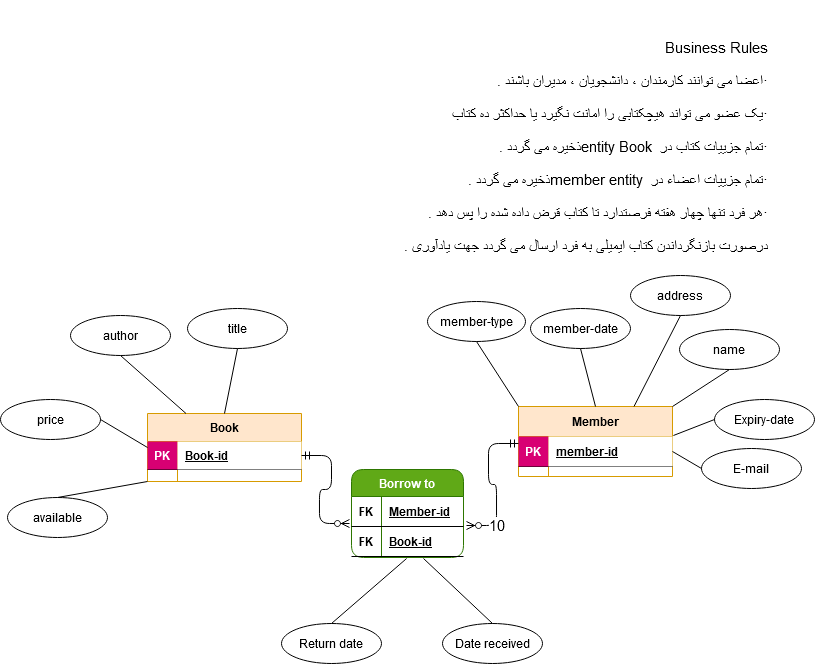
Above: library ERD.png in shahin-servati/card-with-Redux (draw.io), before the change. Source tidied: cells renumbered, new cells last; positions are measured from the earlier drawing's top-left corner, leaving out a move shared by most shapes.
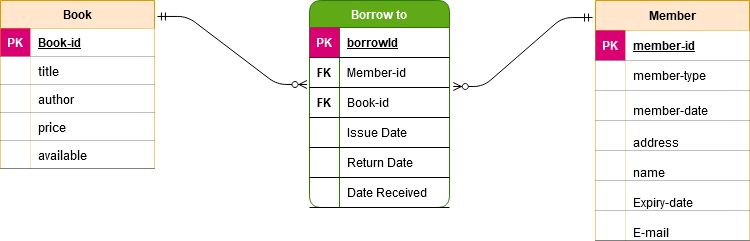
After the commit.

Diff of the diagram source:
```diff
@@ -3,7 +3,7 @@
     <mxCell id="0" />
     <mxCell id="1" parent="0" />
     <mxCell id="2" value="Book" style="shape=table;startSize=28;rowLines=0;fontStyle=1;align=center;fillColor=#ffe6cc;strokeColor=#d79b00;" parent="1" vertex="1">
-      <mxGeometry x="147" y="413" width="154" height="68" as="geometry" />
+      <mxGeometry x="22" y="217" width="154" height="168" as="geometry" />
     </mxCell>
     <mxCell id="3" style="shape=partialRectangle;fillColor=none;top=0;left=0;bottom=1;right=0;points=[[0,0.5],[1,0.5]];portConstraint=eastwest;" parent="2" vertex="1">
       <mxGeometry y="28" width="154" height="28" as="geometry" />
@@ -14,32 +14,44 @@
     <mxCell id="5" value="Book-id" style="shape=partialRectangle;top=0;left=0;bottom=0;right=0;align=left;spacingLeft=6;fontStyle=5;overflow=hidden;" parent="3" vertex="1">
       <mxGeometry x="30" width="124" height="28" as="geometry" />
     </mxCell>
+    <mxCell id="44" style="shape=partialRectangle;fillColor=none;top=0;left=0;bottom=1;right=0;fontSize=14;" parent="2" vertex="1">
+      <mxGeometry y="56" width="154" height="28" as="geometry" />
+    </mxCell>
+    <mxCell id="45" style="shape=partialRectangle;top=0;left=0;bottom=0;right=0;fontStyle=1;overflow=hidden;" parent="44" vertex="1">
+      <mxGeometry width="30" height="28" as="geometry" />
+    </mxCell>
-    <mxCell id="6" value="title" style="ellipse;whiteSpace=wrap;html=1;align=center;" parent="1" vertex="1">
-      <mxGeometry x="187" y="308" width="100" height="40" as="geometry" />
+    <mxCell id="6" value="title" style="shape=partialRectangle;top=0;left=0;bottom=0;right=0;align=left;spacingLeft=6;fontStyle=0;overflow=hidden;fontSize=13;" parent="44" vertex="1">
+      <mxGeometry x="30" width="124" height="28" as="geometry" />
     </mxCell>
-    <mxCell id="7" style="endArrow=none;html=1;rounded=0;entryX=0.5;entryY=0;entryDx=0;entryDy=0;exitX=0.5;exitY=1;exitDx=0;exitDy=0;" parent="1" edge="1" source="6" target="2">
-      <mxGeometry relative="1" as="geometry" />
-    </mxCell>
+    <mxCell id="46" style="shape=partialRectangle;fillColor=none;top=0;left=0;bottom=1;right=0;fontSize=14;" parent="2" vertex="1">
+      <mxGeometry y="84" width="154" height="28" as="geometry" />
+    </mxCell>
+    <mxCell id="47" style="shape=partialRectangle;top=0;left=0;bottom=0;right=0;fontStyle=1;overflow=hidden;" parent="46" vertex="1">
+      <mxGeometry width="30" height="28" as="geometry" />
+    </mxCell>
-    <mxCell id="8" value="author" style="ellipse;whiteSpace=wrap;html=1;align=center;" parent="1" vertex="1">
-      <mxGeometry x="70" y="315" width="100" height="40" as="geometry" />
+    <mxCell id="8" value="author" style="shape=partialRectangle;top=0;left=0;bottom=0;right=0;align=left;spacingLeft=6;fontStyle=0;overflow=hidden;fontSize=13;" parent="46" vertex="1">
+      <mxGeometry x="30" width="124" height="28" as="geometry" />
     </mxCell>
-    <mxCell id="9" style="endArrow=none;html=1;rounded=0;exitX=0.5;exitY=1;exitDx=0;exitDy=0;entryX=0.25;entryY=0;entryDx=0;entryDy=0;" parent="1" edge="1" source="8" target="2">
-      <mxGeometry relative="1" as="geometry" />
-    </mxCell>
+    <mxCell id="48" style="shape=partialRectangle;fillColor=none;top=0;left=0;bottom=1;right=0;fontSize=14;" parent="2" vertex="1">
+      <mxGeometry y="112" width="154" height="28" as="geometry" />
+    </mxCell>
+    <mxCell id="49" style="shape=partialRectangle;top=0;left=0;bottom=0;right=0;fontStyle=1;overflow=hidden;" parent="48" vertex="1">
+      <mxGeometry width="30" height="28" as="geometry" />
+    </mxCell>
-    <mxCell id="10" value="price" style="ellipse;whiteSpace=wrap;html=1;align=center;" parent="1" vertex="1">
-      <mxGeometry y="399" width="100" height="40" as="geometry" />
+    <mxCell id="10" value="price" style="shape=partialRectangle;top=0;left=0;bottom=0;right=0;align=left;spacingLeft=6;fontStyle=0;overflow=hidden;fontSize=13;" parent="48" vertex="1">
+      <mxGeometry x="30" width="124" height="28" as="geometry" />
     </mxCell>
-    <mxCell id="11" style="endArrow=none;html=1;rounded=0;entryX=0;entryY=0.5;entryDx=0;entryDy=0;exitX=1;exitY=0.5;exitDx=0;exitDy=0;" parent="1" edge="1" source="10" target="2">
-      <mxGeometry relative="1" as="geometry" />
-    </mxCell>
+    <mxCell id="50" style="shape=partialRectangle;fillColor=none;top=0;left=0;bottom=1;right=0;fontSize=14;" parent="2" vertex="1">
+      <mxGeometry y="140" width="154" height="28" as="geometry" />
+    </mxCell>
+    <mxCell id="51" style="shape=partialRectangle;top=0;left=0;bottom=0;right=0;fontStyle=1;overflow=hidden;" parent="50" vertex="1">
+      <mxGeometry width="30" height="28" as="geometry" />
+    </mxCell>
-    <mxCell id="12" value="available" style="ellipse;whiteSpace=wrap;html=1;align=center;" parent="1" vertex="1">
-      <mxGeometry x="7" y="497" width="100" height="40" as="geometry" />
+    <mxCell id="12" value="available" style="shape=partialRectangle;top=0;left=0;bottom=0;right=0;align=left;spacingLeft=6;fontStyle=0;overflow=hidden;fontSize=13;" parent="50" vertex="1">
+      <mxGeometry x="30" width="124" height="28" as="geometry" />
     </mxCell>
-    <mxCell id="13" style="endArrow=none;html=1;rounded=0;entryX=0;entryY=1;entryDx=0;entryDy=0;exitX=0.5;exitY=0;exitDx=0;exitDy=0;" parent="1" edge="1" source="12" target="2">
-      <mxGeometry relative="1" as="geometry" />
-    </mxCell>
     <mxCell id="14" value="Member" style="shape=table;startSize=30;rowLines=0;fontStyle=1;align=center;fillColor=#ffe6cc;strokeColor=#d79b00;" parent="1" vertex="1">
-      <mxGeometry x="518" y="406" width="154" height="70" as="geometry" />
+      <mxGeometry x="617" y="217" width="154" height="240" as="geometry" />
     </mxCell>
     <mxCell id="15" style="shape=partialRectangle;fillColor=none;top=0;left=0;bottom=1;right=0;points=[[0,0.5],[1,0.5]];portConstraint=eastwest;" parent="14" vertex="1">
       <mxGeometry y="30" width="154" height="30" as="geometry" />
@@ -50,83 +62,122 @@
     <mxCell id="17" value="member-id" style="shape=partialRectangle;top=0;left=0;bottom=0;right=0;align=left;spacingLeft=6;fontStyle=5;overflow=hidden;" parent="15" vertex="1">
       <mxGeometry x="30" width="124" height="30" as="geometry" />
     </mxCell>
+    <mxCell id="52" style="shape=partialRectangle;fillColor=none;top=0;left=0;bottom=1;right=0;" parent="14" vertex="1">
+      <mxGeometry y="60" width="154" height="30" as="geometry" />
+    </mxCell>
+    <mxCell id="53" style="shape=partialRectangle;top=0;left=0;bottom=0;right=0;fontStyle=1;overflow=hidden;" parent="52" vertex="1">
+      <mxGeometry width="30" height="30" as="geometry" />
+    </mxCell>
-    <mxCell id="18" value="member-type" style="ellipse;whiteSpace=wrap;html=1;align=center;" parent="1" vertex="1">
-      <mxGeometry x="427" y="301" width="98" height="40" as="geometry" />
+    <mxCell id="18" value="member-type" style="shape=partialRectangle;top=0;left=0;bottom=0;right=0;align=left;spacingLeft=6;fontStyle=0;overflow=hidden;verticalAlign=middle;" parent="52" vertex="1">
+      <mxGeometry x="30" width="124" height="30" as="geometry" />
     </mxCell>
+    <mxCell id="54" style="shape=partialRectangle;fillColor=none;top=0;left=0;bottom=1;right=0;" parent="14" vertex="1">
+      <mxGeometry y="90" width="154" height="30" as="geometry" />
+    </mxCell>
+    <mxCell id="55" style="shape=partialRectangle;top=0;left=0;bottom=0;right=0;fontStyle=1;overflow=hidden;" parent="54" vertex="1">
+      <mxGeometry width="30" height="30" as="geometry" />
+    </mxCell>
-    <mxCell id="19" value="member-date" style="ellipse;whiteSpace=wrap;html=1;align=center;" parent="1" vertex="1">
-      <mxGeometry x="530" y="308" width="100" height="40" as="geometry" />
+    <mxCell id="19" value="&#10;member-date&#10;&#10;" style="shape=partialRectangle;top=0;left=0;bottom=0;right=0;align=left;spacingLeft=6;fontStyle=0;overflow=hidden;verticalAlign=bottom;" parent="54" vertex="1">
+      <mxGeometry x="30" width="124" height="30" as="geometry" />
     </mxCell>
+    <mxCell id="56" style="shape=partialRectangle;fillColor=none;top=0;left=0;bottom=1;right=0;" parent="14" vertex="1">
+      <mxGeometry y="120" width="154" height="30" as="geometry" />
+    </mxCell>
+    <mxCell id="57" style="shape=partialRectangle;top=0;left=0;bottom=0;right=0;fontStyle=1;overflow=hidden;" parent="56" vertex="1">
+      <mxGeometry width="30" height="30" as="geometry" />
+    </mxCell>
-    <mxCell id="20" value="address" style="ellipse;whiteSpace=wrap;html=1;align=center;" parent="1" vertex="1">
-      <mxGeometry x="630" y="275" width="100" height="40" as="geometry" />
+    <mxCell id="20" value="&#10;address&#10;&#10;" style="shape=partialRectangle;top=0;left=0;bottom=0;right=0;align=left;spacingLeft=6;fontStyle=0;overflow=hidden;" parent="56" vertex="1">
+      <mxGeometry x="30" width="124" height="30" as="geometry" />
     </mxCell>
-    <mxCell id="21" style="endArrow=none;html=1;rounded=0;entryX=0.5;entryY=0;entryDx=0;entryDy=0;exitX=0.5;exitY=1;exitDx=0;exitDy=0;" parent="1" edge="1" source="19" target="14">
-      <mxGeometry relative="1" as="geometry" />
-    </mxCell>
-    <mxCell id="22" style="endArrow=none;html=1;rounded=0;exitX=0.5;exitY=1;exitDx=0;exitDy=0;entryX=0;entryY=0;entryDx=0;entryDy=0;" parent="1" edge="1" source="18" target="14">
-      <mxGeometry relative="1" as="geometry" />
-    </mxCell>
-    <mxCell id="23" style="endArrow=none;html=1;rounded=0;exitX=0.5;exitY=1;exitDx=0;exitDy=0;entryX=0.75;entryY=0;entryDx=0;entryDy=0;" parent="1" edge="1" source="20" target="14">
-      <mxGeometry relative="1" as="geometry" />
-    </mxCell>
+    <mxCell id="58" style="shape=partialRectangle;fillColor=none;top=0;left=0;bottom=1;right=0;" parent="14" vertex="1">
+      <mxGeometry y="150" width="154" height="30" as="geometry" />
+    </mxCell>
+    <mxCell id="59" style="shape=partialRectangle;top=0;left=0;bottom=0;right=0;fontStyle=1;overflow=hidden;" parent="58" vertex="1">
+      <mxGeometry width="30" height="30" as="geometry" />
+    </mxCell>
-    <mxCell id="24" value="name" style="ellipse;whiteSpace=wrap;html=1;align=center;" parent="1" vertex="1">
-      <mxGeometry x="679" y="329" width="100" height="40" as="geometry" />
+    <mxCell id="24" value="&#10;name&#10;&#10;" style="shape=partialRectangle;top=0;left=0;bottom=0;right=0;align=left;spacingLeft=6;fontStyle=0;overflow=hidden;" parent="58" vertex="1">
+      <mxGeometry x="30" width="124" height="30" as="geometry" />
     </mxCell>
+    <mxCell id="60" style="shape=partialRectangle;fillColor=none;top=0;left=0;bottom=1;right=0;" parent="14" vertex="1">
+      <mxGeometry y="180" width="154" height="30" as="geometry" />
+    </mxCell>
+    <mxCell id="61" style="shape=partialRectangle;top=0;left=0;bottom=0;right=0;fontStyle=1;overflow=hidden;" parent="60" vertex="1">
+      <mxGeometry width="30" height="30" as="geometry" />
+    </mxCell>
-    <mxCell id="25" value="Expiry-date" style="ellipse;whiteSpace=wrap;html=1;align=center;" parent="1" vertex="1">
-      <mxGeometry x="714" y="399" width="100" height="40" as="geometry" />
+    <mxCell id="25" value="&#10;Expiry-date&#10;&#10;" style="shape=partialRectangle;top=0;left=0;bottom=0;right=0;align=left;spacingLeft=6;fontStyle=0;overflow=hidden;" parent="60" vertex="1">
+      <mxGeometry x="30" width="124" height="30" as="geometry" />
     </mxCell>
+    <mxCell id="62" style="shape=partialRectangle;fillColor=none;top=0;left=0;bottom=1;right=0;" parent="14" vertex="1">
+      <mxGeometry y="210" width="154" height="30" as="geometry" />
+    </mxCell>
+    <mxCell id="63" style="shape=partialRectangle;top=0;left=0;bottom=0;right=0;fontStyle=1;overflow=hidden;" parent="62" vertex="1">
+      <mxGeometry width="30" height="30" as="geometry" />
+    </mxCell>
-    <mxCell id="26" value="E-mail" style="ellipse;whiteSpace=wrap;html=1;align=center;" parent="1" vertex="1">
-      <mxGeometry x="701" y="448" width="100" height="40" as="geometry" />
+    <mxCell id="26" value="&#10;E-mail&#10;&#10;" style="shape=partialRectangle;top=0;left=0;bottom=0;right=0;align=left;spacingLeft=6;fontStyle=0;overflow=hidden;" parent="62" vertex="1">
+      <mxGeometry x="30" width="124" height="30" as="geometry" />
     </mxCell>
-    <mxCell id="27" style="endArrow=none;html=1;rounded=0;exitX=0;exitY=0.5;exitDx=0;exitDy=0;entryX=1;entryY=0.5;entryDx=0;entryDy=0;" parent="1" edge="1" source="26" target="15">
-      <mxGeometry relative="1" as="geometry" />
-    </mxCell>
-    <mxCell id="28" style="endArrow=none;html=1;rounded=0;exitX=0.5;exitY=1;exitDx=0;exitDy=0;entryX=1;entryY=0;entryDx=0;entryDy=0;" parent="1" edge="1" source="24" target="14">
-      <mxGeometry relative="1" as="geometry" />
-    </mxCell>
-    <mxCell id="29" style="endArrow=none;html=1;rounded=0;exitX=0;exitY=0.5;exitDx=0;exitDy=0;entryX=1.006;entryY=-0.033;entryDx=0;entryDy=0;entryPerimeter=0;" parent="1" edge="1" source="25" target="15">
-      <mxGeometry relative="1" as="geometry" />
-    </mxCell>
-    <mxCell id="30" value="Return date" style="ellipse;whiteSpace=wrap;html=1;align=center;" parent="1" vertex="1">
-      <mxGeometry x="281" y="623" width="100" height="40" as="geometry" />
-    </mxCell>
-    <mxCell id="31" value="Date received" style="ellipse;whiteSpace=wrap;html=1;align=center;" parent="1" vertex="1">
-      <mxGeometry x="442" y="623" width="100" height="40" as="geometry" />
-    </mxCell>
-    <mxCell id="32" style="endArrow=none;html=1;rounded=0;exitX=0.492;exitY=1.067;exitDx=0;exitDy=0;entryX=0.5;entryY=0;entryDx=0;entryDy=0;exitPerimeter=0;" parent="1" edge="1" source="38" target="30">
-      <mxGeometry relative="1" as="geometry" />
-    </mxCell>
-    <mxCell id="33" style="endArrow=none;html=1;rounded=0;exitX=0.643;exitY=1.067;exitDx=0;exitDy=0;entryX=0.5;entryY=0;entryDx=0;entryDy=0;exitPerimeter=0;" parent="1" edge="1" source="38" target="31">
-      <mxGeometry relative="1" as="geometry" />
-    </mxCell>
     <mxCell id="34" value="Borrow to" style="shape=table;startSize=27;rowLines=0;fontStyle=1;align=center;rounded=1;shadow=0;sketch=0;fillColor=#60a917;strokeColor=#2D7600;fontColor=#ffffff;" parent="1" vertex="1">
-      <mxGeometry x="351" y="469" width="112" height="88" as="geometry" />
+      <mxGeometry x="331" y="217" width="140" height="207" as="geometry" />
     </mxCell>
+    <mxCell id="64" style="shape=partialRectangle;fillColor=none;top=0;left=0;bottom=1;right=0;" parent="34" vertex="1">
+      <mxGeometry y="27" width="140" height="30" as="geometry" />
+    </mxCell>
+    <mxCell id="65" value="PK" style="shape=partialRectangle;top=0;left=0;bottom=0;right=0;fontStyle=1;overflow=hidden;strokeColor=#A50040;fillColor=#d80073;fontColor=#ffffff;" parent="64" vertex="1">
+      <mxGeometry width="30" height="30" as="geometry" />
+    </mxCell>
+    <mxCell id="66" value="borrowId" style="shape=partialRectangle;fillColor=none;top=0;left=0;bottom=0;right=0;align=left;spacingLeft=6;fontStyle=5;overflow=hidden;verticalAlign=middle;" parent="64" vertex="1">
+      <mxGeometry x="30" width="110" height="30" as="geometry" />
+    </mxCell>
     <mxCell id="35" style="shape=partialRectangle;fillColor=none;top=0;left=0;bottom=1;right=0;points=[[0,0.5],[1,0.5]];portConstraint=eastwest;" parent="34" vertex="1">
-      <mxGeometry y="27" width="112" height="30" as="geometry" />
+      <mxGeometry y="57" width="140" height="30" as="geometry" />
     </mxCell>
     <mxCell id="36" value="FK" style="shape=partialRectangle;fillColor=none;top=0;left=0;bottom=0;right=0;fontStyle=1;overflow=hidden;" parent="35" vertex="1">
       <mxGeometry width="30" height="30" as="geometry" />
     </mxCell>
-    <mxCell id="37" value="Member-id" style="shape=partialRectangle;fillColor=none;top=0;left=0;bottom=0;right=0;align=left;spacingLeft=6;fontStyle=5;overflow=hidden;verticalAlign=middle;" parent="35" vertex="1">
-      <mxGeometry x="30" width="82" height="30" as="geometry" />
+    <mxCell id="37" value="Member-id" style="shape=partialRectangle;fillColor=none;top=0;left=0;bottom=0;right=0;align=left;spacingLeft=6;fontStyle=0;overflow=hidden;verticalAlign=middle;" parent="35" vertex="1">
+      <mxGeometry x="30" width="110" height="30" as="geometry" />
     </mxCell>
     <mxCell id="38" style="shape=partialRectangle;fillColor=none;top=0;left=0;bottom=1;right=0;points=[[0,0.5],[1,0.5]];portConstraint=eastwest;" parent="34" vertex="1">
-      <mxGeometry y="57" width="112" height="30" as="geometry" />
+      <mxGeometry y="87" width="140" height="30" as="geometry" />
     </mxCell>
     <mxCell id="39" value="FK" style="shape=partialRectangle;fillColor=none;top=0;left=0;bottom=0;right=0;fontStyle=1;overflow=hidden;" parent="38" vertex="1">
       <mxGeometry width="30" height="30" as="geometry" />
     </mxCell>
-    <mxCell id="40" value="Book-id" style="shape=partialRectangle;fillColor=none;top=0;left=0;bottom=0;right=0;align=left;spacingLeft=6;fontStyle=5;overflow=hidden;verticalAlign=middle;" parent="38" vertex="1">
-      <mxGeometry x="30" width="82" height="30" as="geometry" />
+    <mxCell id="40" value="Book-id" style="shape=partialRectangle;fillColor=none;top=0;left=0;bottom=0;right=0;align=left;spacingLeft=6;fontStyle=0;overflow=hidden;verticalAlign=middle;" parent="38" vertex="1">
+      <mxGeometry x="30" width="110" height="30" as="geometry" />
     </mxCell>
+    <mxCell id="67" style="shape=partialRectangle;fillColor=none;top=0;left=0;bottom=1;right=0;" parent="34" vertex="1">
+      <mxGeometry y="117" width="140" height="30" as="geometry" />
+    </mxCell>
+    <mxCell id="68" style="shape=partialRectangle;fillColor=none;top=0;left=0;bottom=0;right=0;fontStyle=1;overflow=hidden;" parent="67" vertex="1">
+      <mxGeometry width="30" height="30" as="geometry" />
+    </mxCell>
+    <mxCell id="69" value="Issue Date" style="shape=partialRectangle;fillColor=none;top=0;left=0;bottom=0;right=0;align=left;spacingLeft=6;fontStyle=0;overflow=hidden;verticalAlign=middle;" parent="67" vertex="1">
+      <mxGeometry x="30" width="110" height="30" as="geometry" />
+    </mxCell>
+    <mxCell id="70" style="shape=partialRectangle;fillColor=none;top=0;left=0;bottom=1;right=0;" parent="34" vertex="1">
+      <mxGeometry y="147" width="140" height="30" as="geometry" />
+    </mxCell>
+    <mxCell id="71" style="shape=partialRectangle;fillColor=none;top=0;left=0;bottom=0;right=0;fontStyle=1;overflow=hidden;" parent="70" vertex="1">
+      <mxGeometry width="30" height="30" as="geometry" />
+    </mxCell>
+    <mxCell id="72" value="Return Date" style="shape=partialRectangle;fillColor=none;top=0;left=0;bottom=0;right=0;align=left;spacingLeft=6;fontStyle=0;overflow=hidden;verticalAlign=middle;" parent="70" vertex="1">
+      <mxGeometry x="30" width="110" height="30" as="geometry" />
+    </mxCell>
+    <mxCell id="73" style="shape=partialRectangle;fillColor=none;top=0;left=0;bottom=1;right=0;" parent="34" vertex="1">
+      <mxGeometry y="177" width="140" height="30" as="geometry" />
+    </mxCell>
+    <mxCell id="74" style="shape=partialRectangle;fillColor=none;top=0;left=0;bottom=0;right=0;fontStyle=1;overflow=hidden;" parent="73" vertex="1">
+      <mxGeometry width="30" height="30" as="geometry" />
+    </mxCell>
+    <mxCell id="75" value="Date Received" style="shape=partialRectangle;fillColor=none;top=0;left=0;bottom=0;right=0;align=left;spacingLeft=6;fontStyle=0;overflow=hidden;verticalAlign=middle;" parent="73" vertex="1">
+      <mxGeometry x="30" width="110" height="30" as="geometry" />
+    </mxCell>
-    <mxCell id="41" style="edgeStyle=entityRelationEdgeStyle;fontSize=12;html=1;endArrow=ERzeroToMany;startArrow=ERmandOne;exitX=1;exitY=0.5;exitDx=0;exitDy=0;entryX=-0.018;entryY=0.9;entryDx=0;entryDy=0;entryPerimeter=0;" parent="1" edge="1" source="3" target="35">
+    <mxCell id="41" style="edgeStyle=entityRelationEdgeStyle;fontSize=12;html=1;endArrow=ERzeroToMany;startArrow=ERmandOne;exitX=1.019;exitY=0.095;exitDx=0;exitDy=0;entryX=-0.018;entryY=0.9;entryDx=0;entryDy=0;entryPerimeter=0;exitPerimeter=0;" parent="1" edge="1" source="2" target="35">
       <mxGeometry relative="1" as="geometry" />
     </mxCell>
-    <mxCell id="42" value="10" style="edgeStyle=entityRelationEdgeStyle;fontSize=15;html=1;endArrow=ERzeroToMany;startArrow=ERmandOne;entryX=1.027;entryY=-0.033;entryDx=0;entryDy=0;entryPerimeter=0;exitX=0;exitY=0.233;exitDx=0;exitDy=0;exitPerimeter=0;jumpSize=6;strokeWidth=1;" parent="1" edge="1" source="15" target="38">
+    <mxCell id="42" style="edgeStyle=entityRelationEdgeStyle;fontSize=15;html=1;endArrow=ERzeroToMany;startArrow=ERmandOne;entryX=1.027;entryY=-0.033;entryDx=0;entryDy=0;entryPerimeter=0;exitX=-0.019;exitY=0.071;exitDx=0;exitDy=0;exitPerimeter=0;jumpSize=6;strokeWidth=1;" parent="1" edge="1" source="14" target="38">
       <mxGeometry x="0.6" relative="1" as="geometry" />
     </mxCell>
-    <mxCell id="43" value="&lt;div&gt;&lt;p dir=&quot;RTL&quot;&gt;&lt;br&gt;&lt;span lang=&quot;en-AS&quot;&gt;&lt;span&gt;Business Rules &lt;br&gt;&lt;/span&gt;&lt;/span&gt;&lt;/p&gt;&lt;p dir=&quot;RTL&quot;&gt;&lt;span lang=&quot;en-AS&quot;&gt;&lt;span&gt;·&lt;/span&gt;&lt;/span&gt;&lt;span lang=&quot;FA&quot;&gt;اعضا می توانند کارمندان ، دانشجویان ، مدیران باشند . &lt;/span&gt;&lt;/p&gt;&lt;p dir=&quot;RTL&quot;&gt;&lt;span lang=&quot;en-AS&quot;&gt;&lt;span&gt;·&lt;/span&gt;&lt;/span&gt;&lt;span lang=&quot;FA&quot;&gt;یک عضو می تواند هیچکتابی را امانت نگیرد یا حداکثر ده کتاب &lt;/span&gt;&lt;/p&gt;&lt;p dir=&quot;RTL&quot;&gt;&lt;span lang=&quot;en-AS&quot;&gt;&lt;span&gt;·&lt;/span&gt;&lt;/span&gt;&lt;span lang=&quot;FA&quot;&gt;تمام جزییات کتاب در &lt;/span&gt;&lt;span dir=&quot;LTR&quot; lang=&quot;en-AS&quot;&gt;Book &lt;/span&gt;&lt;span dir=&quot;LTR&quot;&gt;entity &lt;/span&gt;&lt;span lang=&quot;FA&quot;&gt;ذخیره می گردد . &lt;/span&gt;&lt;/p&gt;&lt;p dir=&quot;RTL&quot;&gt;&lt;span lang=&quot;en-AS&quot;&gt;&lt;span&gt;·&lt;/span&gt;&lt;/span&gt;&lt;span lang=&quot;FA&quot;&gt;تمام جزییات اعضاء در &lt;/span&gt;&lt;span dir=&quot;LTR&quot; lang=&quot;en-AS&quot;&gt;member entity &lt;/span&gt;&lt;span lang=&quot;FA&quot;&gt;ذخیره می گردد .&lt;/span&gt;&lt;/p&gt;&lt;p dir=&quot;RTL&quot;&gt;&lt;span lang=&quot;en-AS&quot;&gt;&lt;span&gt;·&lt;/span&gt;&lt;/span&gt;&lt;span lang=&quot;FA&quot;&gt;هر فرد تنها چهار هفته فرصتدارد تا کتاب قرض داده شده را پس دهد .&lt;/span&gt;&lt;/p&gt;&lt;span dir=&quot;RTL&quot; lang=&quot;FA&quot;&gt;درصورت بازنگرداندن کتاب ایمیلی به فرد ارسال می گردد جهت یادآوری .&amp;nbsp;&lt;/span&gt;&lt;/div&gt;&lt;div style=&quot;font-size: 18px&quot;&gt;&lt;br&gt;&lt;/div&gt;" style="text;html=1;align=right;verticalAlign=middle;fillColor=none;strokeColor=none;rounded=0;fontSize=15;" parent="1" vertex="1">
-      <mxGeometry x="391" width="378" height="280" as="geometry" />
-    </mxCell>
   </root>
 </mxGraphModel>
```
